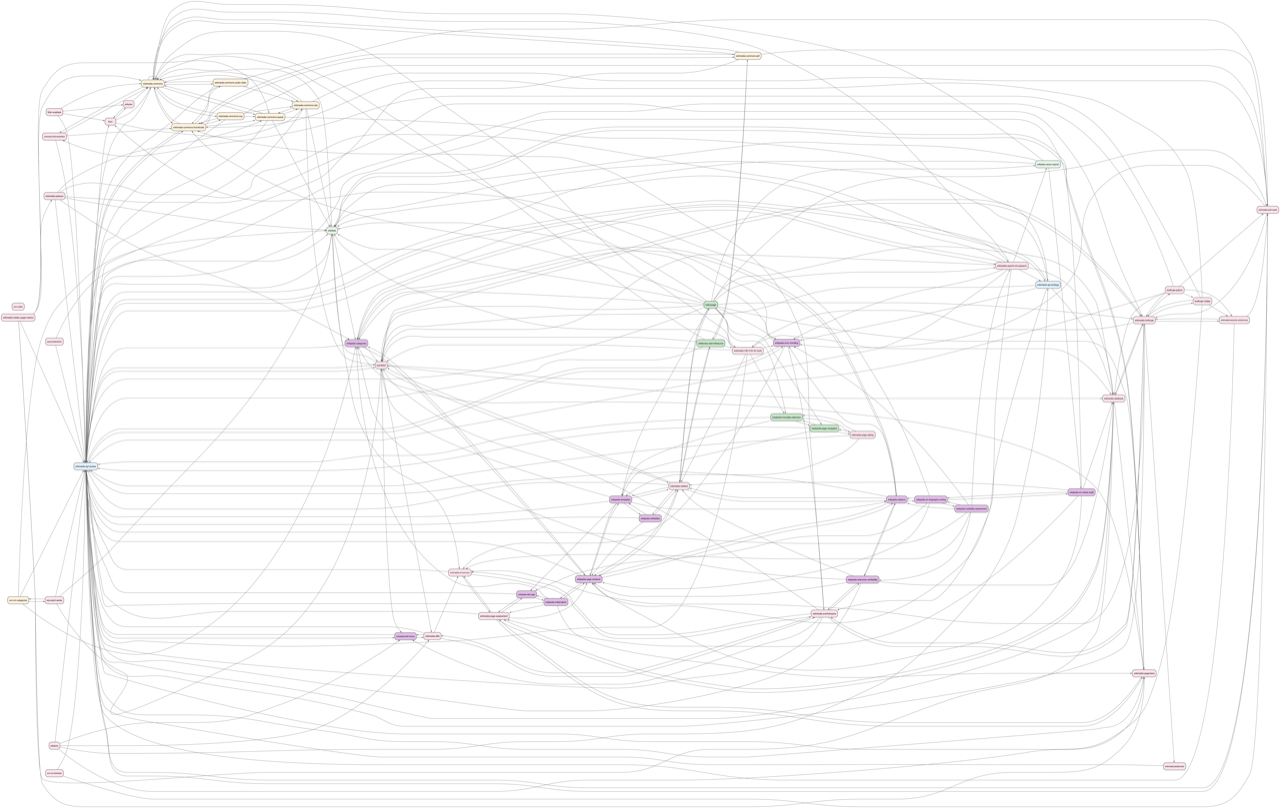
Before: docs/skills-network.png, a diagram exported from Graphviz (fuzheado/Wikipedia-AI-Skills). Its source is kept beside it as docs/skills-network.dot.
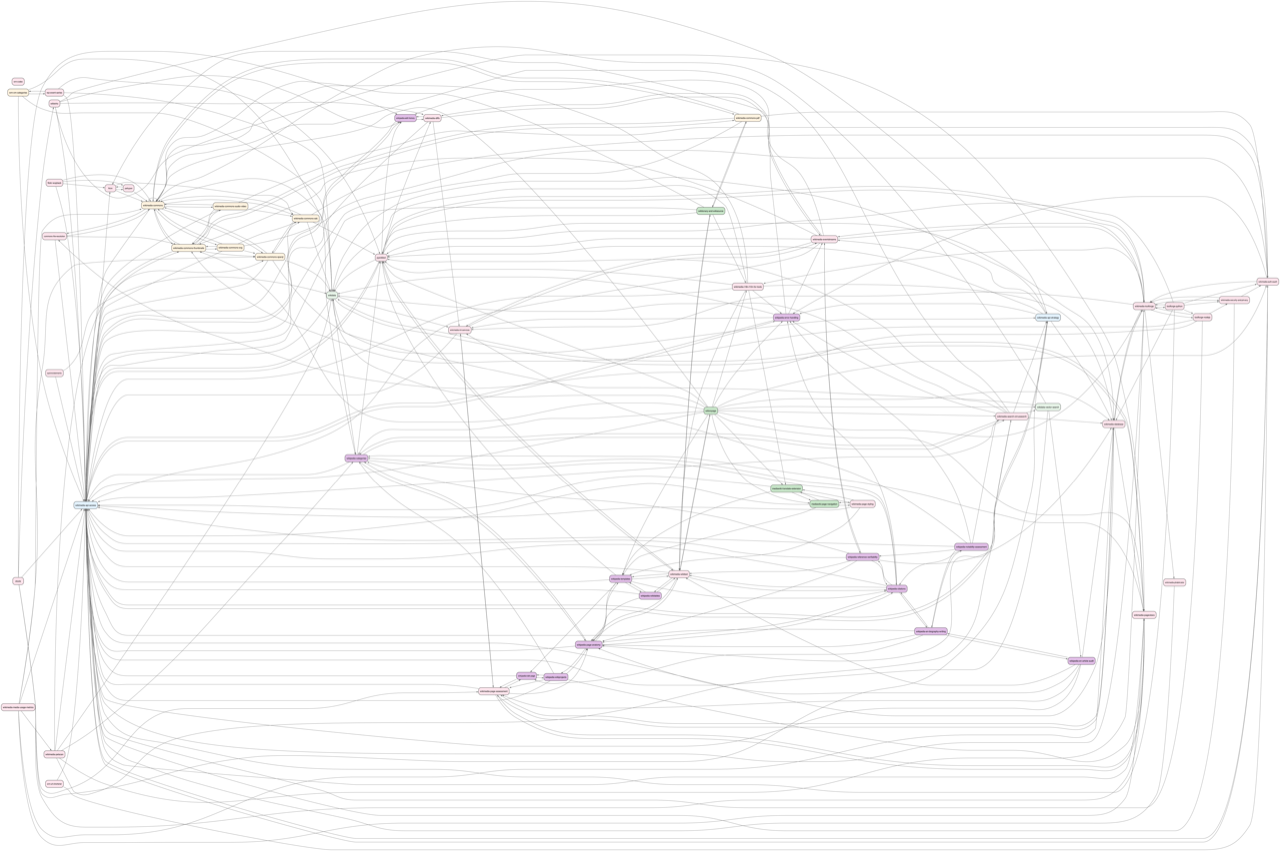
The same file after the commit.

Commit message:
feat(xtools): add XTools statistics API skill

The edit, as a diff of the source:
```diff
@@ -60,6 +60,7 @@
   "wikivoyage" [label="wikivoyage", fillcolor="#c8e6c9", style="filled,rounded", fontsize=11];
   "wikiwho" [label="wikiwho", fillcolor="#fce4ec", style="filled,rounded", fontsize=11];
   "wiktionary-and-wikisource" [label="wiktionary-and-wikisource", fillcolor="#c8e6c9", style="filled,rounded", fontsize=11];
+  "xtools" [label="xtools", fillcolor="#fce4ec", style="filled,rounded", fontsize=11];
 
   "commons-file-resolution" -> "wikimedia-api-access";
   "commons-file-resolution" -> "wikimedia-commons";
@@ -364,4 +365,10 @@
   "wiktionary-and-wikisource" -> "wikimedia-commons-pdf";
   "wiktionary-and-wikisource" -> "wikimedia-i18n-l10n-for-tools";
   "wiktionary-and-wikisource" -> "wikimedia-wikitext";
+  "xtools" -> "wikimedia-api-access";
+  "xtools" -> "wikimedia-api-strategy";
+  "xtools" -> "wikimedia-page-assessment";
+  "xtools" -> "wikimedia-pageviews";
+  "xtools" -> "wikipedia-edit-history";
+  "xtools" -> "wikiwho";
 }
```
